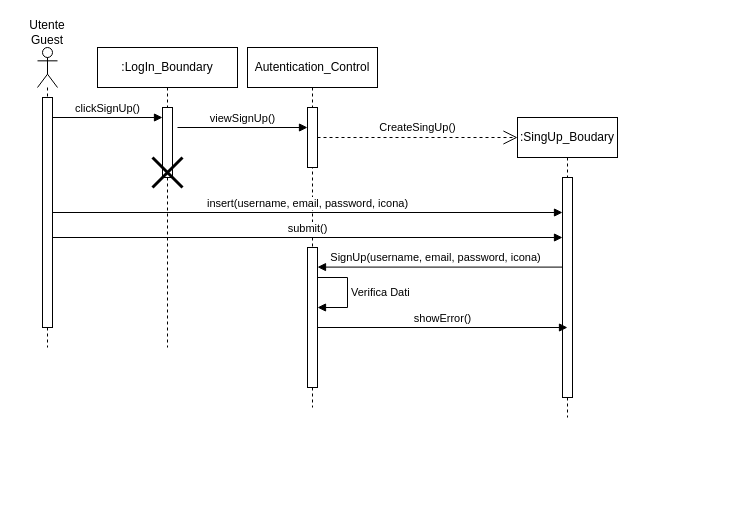
superfra01/Rated keeps this draw.io diagram as New Diagrams/Sequence Diagrams/EUC01- SignUp Errato.drawio. Above is the earlier version. Source tidied: cells renumbered, new cells numbered last; positions are measured from the earlier drawing's top-left corner, leaving out a move shared by most shapes. Both pictures are drawn from the tidied source at 100%, with x=0, y=0 at pixel (17, 17).
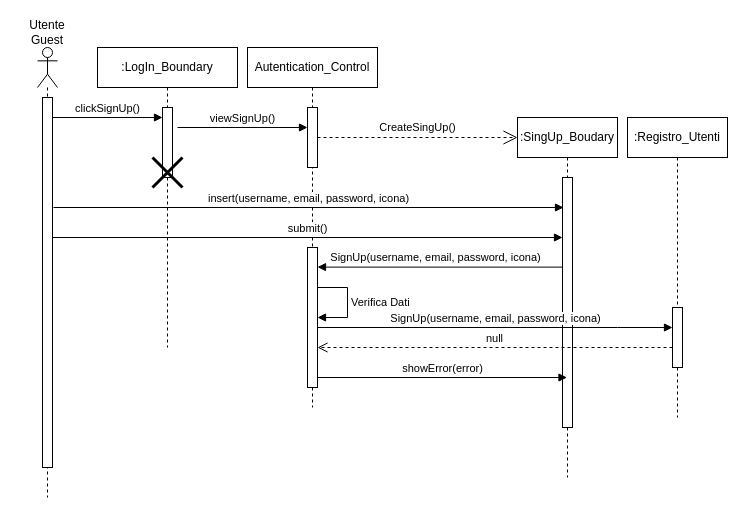
The same diagram, later.

Unchanged cells that the change refers to:
```xml
<mxCell id="10" style="html=1;points=[[0,0,0,0,5],[0,1,0,0,-5],[1,0,0,0,5],[1,1,0,0,-5]];perimeter=orthogonalPerimeter;outlineConnect=0;targetShapes=umlLifeline;portConstraint=eastwest;newEdgeStyle={&quot;curved&quot;:0,&quot;rounded&quot;:0};" parent="8" vertex="1">
  <mxGeometry x="60" y="200" width="10" height="140" as="geometry" />
</mxCell>
```

Change to the diagram source:
```diff
@@
-    <mxCell id="5" style="shape=umlLifeline;perimeter=lifelinePerimeter;whiteSpace=wrap;html=1;newEdgeStyle={&quot;curved&quot;:0,&quot;rounded&quot;:0};participant=umlActor;" parent="1" vertex="1">
-      <mxGeometry x="20" y="30" width="20" height="300" as="geometry" />
-    </mxCell>
-    <mxCell id="6" style="html=1;points=[[0,0,0,0,5],[0,1,0,0,-5],[1,0,0,0,5],[1,1,0,0,-5]];perimeter=orthogonalPerimeter;outlineConnect=0;targetShapes=umlLifeline;portConstraint=eastwest;newEdgeStyle={&quot;curved&quot;:0,&quot;rounded&quot;:0};" parent="5" vertex="1">
-      <mxGeometry x="5" y="50" width="10" height="230" as="geometry" />
-    </mxCell>
+    <mxCell id="22" style="shape=umlLifeline;perimeter=lifelinePerimeter;whiteSpace=wrap;html=1;newEdgeStyle={&quot;curved&quot;:0,&quot;rounded&quot;:0};participant=umlActor;" parent="1" vertex="1">
+      <mxGeometry x="20" y="30" width="20" height="450" as="geometry" />
+    </mxCell>
+    <mxCell id="23" style="html=1;perimeter=orthogonalPerimeter;targetShapes=umlLifeline;newEdgeStyle={&quot;curved&quot;:0,&quot;rounded&quot;:0};" parent="22" vertex="1">
+      <mxGeometry x="5" y="50" width="10" height="370" as="geometry" />
+    </mxCell>
@@
     <mxCell id="13" value=":SingUp_Boudary" style="shape=umlLifeline;perimeter=lifelinePerimeter;whiteSpace=wrap;html=1;outlineConnect=0;portConstraint=eastwest;newEdgeStyle={&quot;curved&quot;:0,&quot;rounded&quot;:0};" parent="1" vertex="1">
-      <mxGeometry x="500" y="100" width="100" height="300" as="geometry" />
+      <mxGeometry x="500" y="100" width="100" height="360" as="geometry" />
     </mxCell>
-    <mxCell id="14" style="html=1;points=[[0,0,0,0,5],[0,1,0,0,-5],[1,0,0,0,5],[1,1,0,0,-5]];perimeter=orthogonalPerimeter;outlineConnect=0;targetShapes=umlLifeline;portConstraint=eastwest;newEdgeStyle={&quot;curved&quot;:0,&quot;rounded&quot;:0};" parent="13" vertex="1">
-      <mxGeometry x="45" y="60" width="10" height="220" as="geometry" />
-    </mxCell>
+    <mxCell id="24" style="html=1;points=[[0,0,0,0,5],[0,1,0,0,-5],[1,0,0,0,5],[1,1,0,0,-5]];perimeter=orthogonalPerimeter;outlineConnect=0;targetShapes=umlLifeline;portConstraint=eastwest;newEdgeStyle={&quot;curved&quot;:0,&quot;rounded&quot;:0};" parent="13" vertex="1">
+      <mxGeometry x="45" y="60" width="10" height="250" as="geometry" />
+    </mxCell>
-    <mxCell id="15" value="insert(username, email, password, icona)" style="html=1;verticalAlign=bottom;endArrow=block;curved=0;rounded=0;" parent="1" edge="1" source="6" target="14">
-      <mxGeometry relative="1" as="geometry" />
+    <mxCell id="15" value="insert(username, email, password, icona)" style="html=1;verticalAlign=bottom;endArrow=block;curved=0;rounded=0;" parent="1" edge="1">
+      <mxGeometry relative="1" as="geometry">
+        <mxPoint x="36" y="190" as="sourcePoint" />
+        <mxPoint x="546" y="190" as="targetPoint" />
+      </mxGeometry>
     </mxCell>
-    <mxCell id="16" value="submit()" style="html=1;verticalAlign=bottom;endArrow=block;curved=0;rounded=0;" parent="1" edge="1" target="14">
+    <mxCell id="16" value="submit()" style="html=1;verticalAlign=bottom;endArrow=block;curved=0;rounded=0;" parent="1" edge="1" target="24">
       <mxGeometry relative="1" as="geometry">
         <mxPoint x="35" y="220" as="sourcePoint" />
       </mxGeometry>
     </mxCell>
-    <mxCell id="17" style="html=1;verticalAlign=bottom;endArrow=block;curved=0;rounded=0;" parent="1" edge="1" source="14">
-      <mxGeometry relative="1" as="geometry">
-        <mxPoint x="300" y="249.6" as="targetPoint" />
-      </mxGeometry>
-    </mxCell>
+    <mxCell id="25" style="html=1;verticalAlign=bottom;endArrow=block;curved=0;rounded=0;" parent="1" edge="1" source="24">
+      <mxGeometry relative="1" as="geometry">
+        <mxPoint x="300" y="249.6" as="targetPoint" />
+      </mxGeometry>
+    </mxCell>
-    <mxCell id="18" value="SignUp(username, email, password, icona)" style="edgeLabel;html=1;align=center;verticalAlign=middle;" parent="17" vertex="1">
+    <mxCell id="18" value="SignUp(username, email, password, icona)" style="edgeLabel;html=1;align=center;verticalAlign=middle;" parent="25" vertex="1">
       <mxGeometry x="-0.11" y="-1" relative="1" as="geometry">
         <mxPoint x="-19" y="-9" as="offset" />
       </mxGeometry>
     </mxCell>
-    <mxCell id="19" value="showError()" style="html=1;verticalAlign=bottom;endArrow=block;curved=0;rounded=0;entryX=0.5;entryY=0.636;entryDx=0;entryDy=0;entryPerimeter=0;" parent="1" edge="1">
-      <mxGeometry relative="1" as="geometry">
-        <mxPoint x="300" y="310" as="sourcePoint" />
-        <mxPoint x="550" y="310" as="targetPoint" />
-      </mxGeometry>
-    </mxCell>
+    <mxCell id="26" value=":Registro_Utenti" style="shape=umlLifeline;perimeter=lifelinePerimeter;whiteSpace=wrap;html=1;newEdgeStyle={&quot;curved&quot;:0,&quot;rounded&quot;:0};" parent="1" vertex="1">
+      <mxGeometry x="610" y="100" width="100" height="300" as="geometry" />
+    </mxCell>
+    <mxCell id="27" style="html=1;perimeter=orthogonalPerimeter;targetShapes=umlLifeline;newEdgeStyle={&quot;curved&quot;:0,&quot;rounded&quot;:0};" parent="26" vertex="1">
+      <mxGeometry x="45" y="190" width="10" height="60" as="geometry" />
+    </mxCell>
+    <mxCell id="28" value="SignUp(username, email, password, icona)" style="html=1;verticalAlign=bottom;endArrow=block;curved=0;rounded=0;" parent="1" edge="1">
+      <mxGeometry relative="1" as="geometry">
+        <mxPoint x="300" y="310" as="sourcePoint" />
+        <mxPoint x="655" y="310" as="targetPoint" />
+        <Array as="points">
+          <mxPoint x="600" y="310" />
+        </Array>
+      </mxGeometry>
+    </mxCell>
+    <mxCell id="29" value="null" style="html=1;verticalAlign=bottom;endArrow=open;dashed=1;endSize=8;curved=0;rounded=0;" parent="1" edge="1">
+      <mxGeometry relative="1" as="geometry">
+        <mxPoint x="655" y="330" as="sourcePoint" />
+        <mxPoint x="300" y="330" as="targetPoint" />
+      </mxGeometry>
+    </mxCell>
@@
     <mxCell id="21" value="Verifica Dati" style="html=1;align=left;spacingLeft=2;endArrow=block;rounded=0;edgeStyle=orthogonalEdgeStyle;curved=0;rounded=0;" parent="1" edge="1" target="10">
       <mxGeometry relative="1" as="geometry">
-        <mxPoint x="300" y="260" as="sourcePoint" />
+        <mxPoint x="300" y="270" as="sourcePoint" />
         <Array as="points">
-          <mxPoint x="330" y="260" />
-          <mxPoint x="330" y="290" />
+          <mxPoint x="330" y="270" />
+          <mxPoint x="330" y="300" />
         </Array>
       </mxGeometry>
     </mxCell>
+    <mxCell id="30" value="showError(error)" style="html=1;verticalAlign=bottom;endArrow=block;curved=0;rounded=0;" parent="1" edge="1" target="13">
+      <mxGeometry relative="1" as="geometry">
+        <mxPoint x="300" y="360" as="sourcePoint" />
+      </mxGeometry>
+    </mxCell>
```
